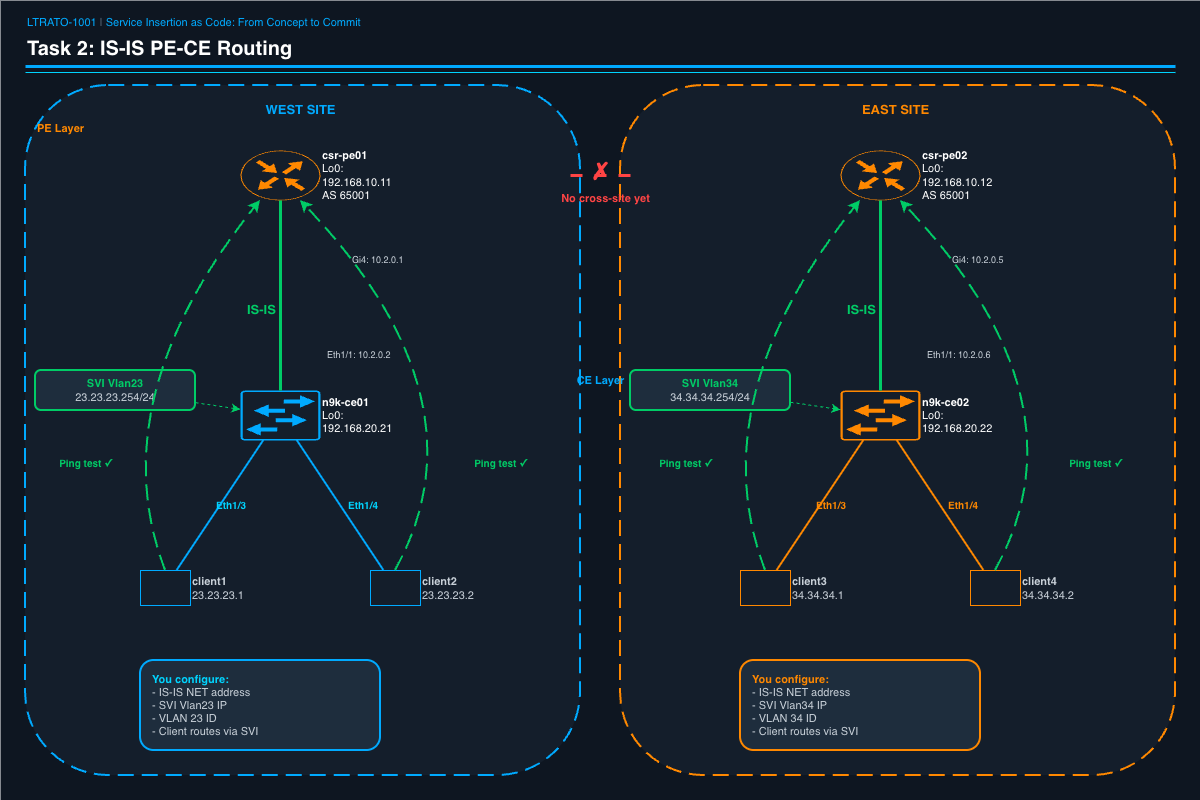
rgoldens/Cisco-Live-2026-Service-as-Code keeps this draw.io diagram as images/task2-isis.png. Above is the earlier version. Source tidied: cells renumbered, new cells last; positions are measured from the earlier drawing's top-left corner, leaving out a move shared by most shapes.
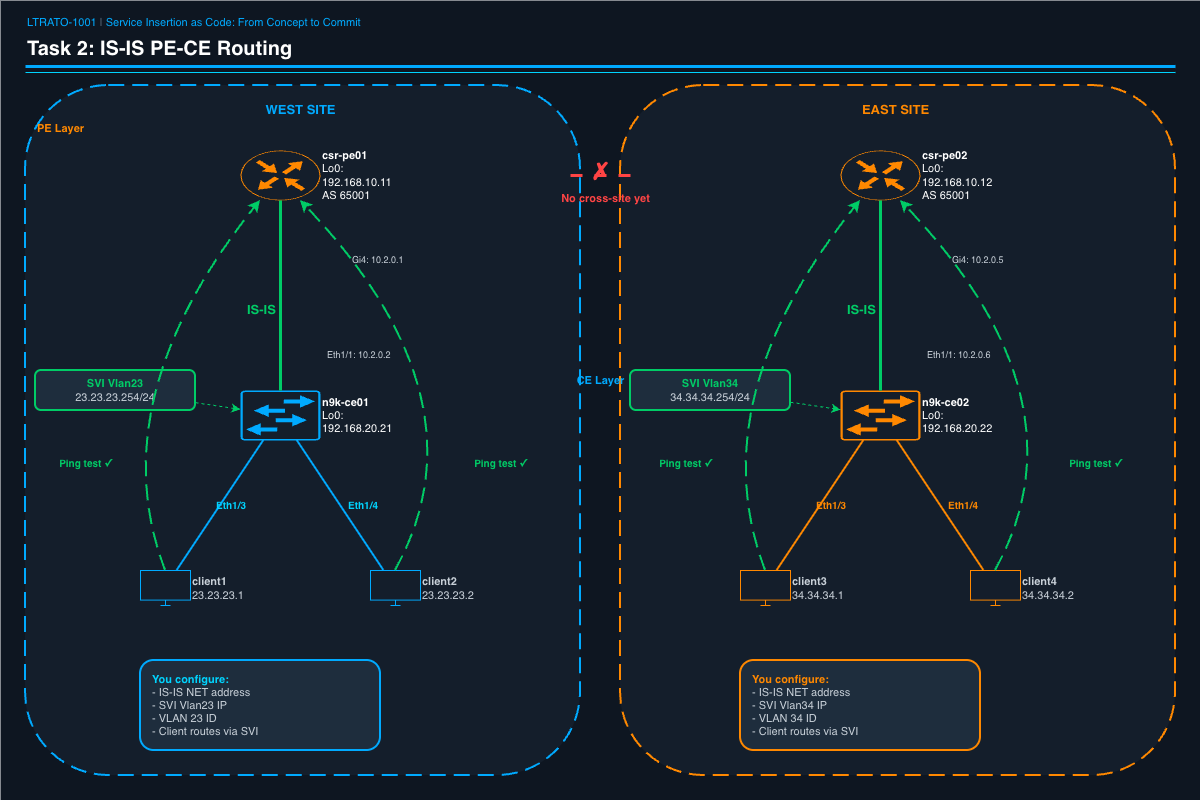
Above is the later version.

Commit message:
Replace Linux client PC icons with monitor icons in all topology diagrams

Diff of the diagram source:
```diff
@@ -101,16 +101,16 @@
         <mxPoint x="45" as="offset" />
       </mxGeometry>
     </mxCell>
-    <mxCell id="29" value="&lt;font color=&quot;#c8d0d8&quot;&gt;&lt;b&gt;client1&lt;/b&gt;&lt;br&gt;23.23.23.1&lt;/font&gt;" style="shape=mxgraph.cisco19.pc;html=1;whiteSpace=wrap;fillColor=#141e2b;fontColor=#ffffff;strokeColor=#00aaff;fontSize=11;labelPosition=right;verticalLabelPosition=middle;align=left;labelBackgroundColor=none;imageWidth=50;imageHeight=35;" parent="1" vertex="1">
+    <mxCell id="29" value="&lt;font color=&quot;#c8d0d8&quot;&gt;&lt;b&gt;client1&lt;/b&gt;&lt;br&gt;23.23.23.1&lt;/font&gt;" style="shape=mxgraph.ios7.icons.monitor;html=1;whiteSpace=wrap;fillColor=#141e2b;fontColor=#ffffff;strokeColor=#00aaff;fontSize=11;labelPosition=right;verticalLabelPosition=middle;align=left;labelBackgroundColor=none;imageWidth=50;imageHeight=35;" parent="1" vertex="1">
       <mxGeometry x="140" y="570" width="50" height="35" as="geometry" />
     </mxCell>
-    <mxCell id="30" value="&lt;font color=&quot;#c8d0d8&quot;&gt;&lt;b&gt;client2&lt;/b&gt;&lt;br&gt;23.23.23.2&lt;/font&gt;" style="shape=mxgraph.cisco19.pc;html=1;whiteSpace=wrap;fillColor=#141e2b;fontColor=#ffffff;strokeColor=#00aaff;fontSize=11;labelPosition=right;verticalLabelPosition=middle;align=left;labelBackgroundColor=none;imageWidth=50;imageHeight=35;" parent="1" vertex="1">
+    <mxCell id="30" value="&lt;font color=&quot;#c8d0d8&quot;&gt;&lt;b&gt;client2&lt;/b&gt;&lt;br&gt;23.23.23.2&lt;/font&gt;" style="shape=mxgraph.ios7.icons.monitor;html=1;whiteSpace=wrap;fillColor=#141e2b;fontColor=#ffffff;strokeColor=#00aaff;fontSize=11;labelPosition=right;verticalLabelPosition=middle;align=left;labelBackgroundColor=none;imageWidth=50;imageHeight=35;" parent="1" vertex="1">
       <mxGeometry x="370" y="570" width="50" height="35" as="geometry" />
     </mxCell>
-    <mxCell id="31" value="&lt;font color=&quot;#c8d0d8&quot;&gt;&lt;b&gt;client3&lt;/b&gt;&lt;br&gt;34.34.34.1&lt;/font&gt;" style="shape=mxgraph.cisco19.pc;html=1;whiteSpace=wrap;fillColor=#141e2b;fontColor=#ffffff;strokeColor=#ff8800;fontSize=11;labelPosition=right;verticalLabelPosition=middle;align=left;labelBackgroundColor=none;imageWidth=50;imageHeight=35;" parent="1" vertex="1">
+    <mxCell id="31" value="&lt;font color=&quot;#c8d0d8&quot;&gt;&lt;b&gt;client3&lt;/b&gt;&lt;br&gt;34.34.34.1&lt;/font&gt;" style="shape=mxgraph.ios7.icons.monitor;html=1;whiteSpace=wrap;fillColor=#141e2b;fontColor=#ffffff;strokeColor=#ff8800;fontSize=11;labelPosition=right;verticalLabelPosition=middle;align=left;labelBackgroundColor=none;imageWidth=50;imageHeight=35;" parent="1" vertex="1">
       <mxGeometry x="740" y="570" width="50" height="35" as="geometry" />
     </mxCell>
-    <mxCell id="32" value="&lt;font color=&quot;#c8d0d8&quot;&gt;&lt;b&gt;client4&lt;/b&gt;&lt;br&gt;34.34.34.2&lt;/font&gt;" style="shape=mxgraph.cisco19.pc;html=1;whiteSpace=wrap;fillColor=#141e2b;fontColor=#ffffff;strokeColor=#ff8800;fontSize=11;labelPosition=right;verticalLabelPosition=middle;align=left;labelBackgroundColor=none;imageWidth=50;imageHeight=35;" parent="1" vertex="1">
+    <mxCell id="32" value="&lt;font color=&quot;#c8d0d8&quot;&gt;&lt;b&gt;client4&lt;/b&gt;&lt;br&gt;34.34.34.2&lt;/font&gt;" style="shape=mxgraph.ios7.icons.monitor;html=1;whiteSpace=wrap;fillColor=#141e2b;fontColor=#ffffff;strokeColor=#ff8800;fontSize=11;labelPosition=right;verticalLabelPosition=middle;align=left;labelBackgroundColor=none;imageWidth=50;imageHeight=35;" parent="1" vertex="1">
       <mxGeometry x="970" y="570" width="50" height="35" as="geometry" />
     </mxCell>
     <mxCell id="33" style="endArrow=none;html=1;strokeWidth=2;strokeColor=#00aaff;" parent="1" edge="1" source="19" target="29">
```
